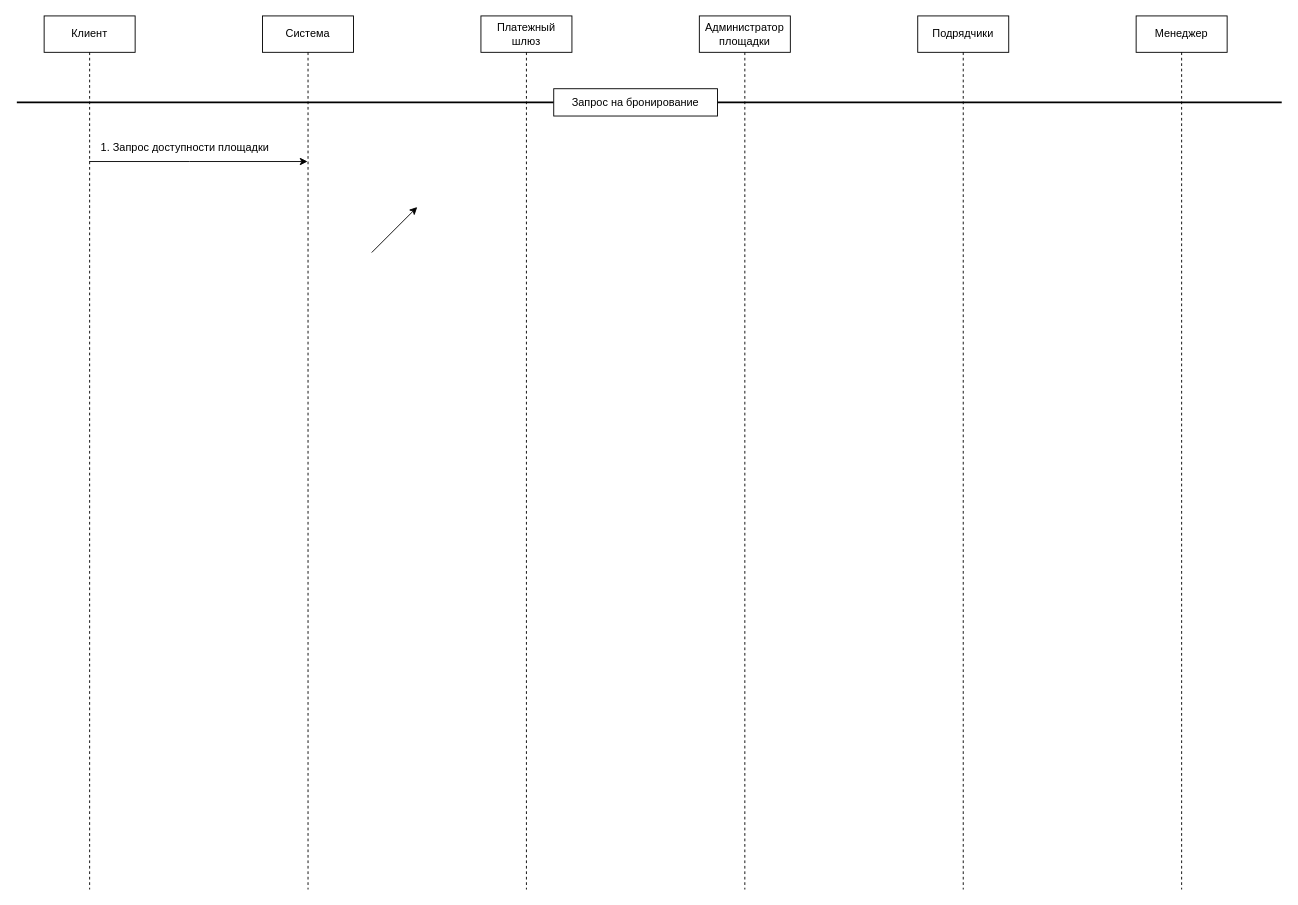
Earlier version of the draw.io diagram homework_module_12_2.drawio (DaRRiKs/homework_module_12_tasks). Source tidied: cells renumbered, new cells numbered last; positions are measured from the earlier drawing's top-left corner, leaving out a move shared by most shapes. Both pictures are drawn from the tidied source at 91%, with x=0, y=0 at pixel (16, 15).
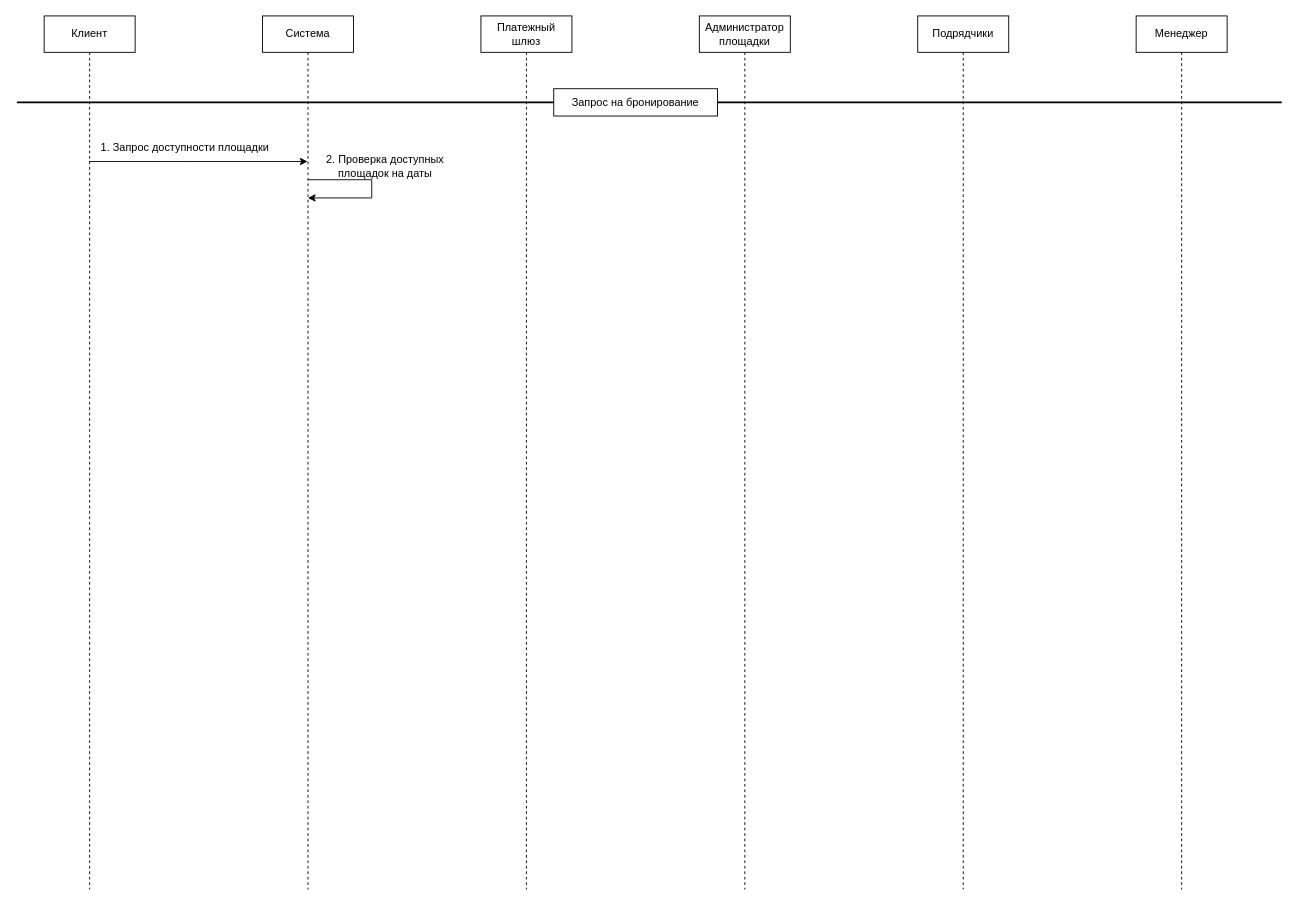
After the change.

Diff of the diagram source:
```diff
@@
 <mxGraphModel>
   <root>
     <mxCell id="0" />
     <mxCell id="1" parent="0" />
     <mxCell id="2" value="Клиент" style="shape=umlLifeline;perimeter=lifelinePerimeter;whiteSpace=wrap;html=1;outlineConnect=0;portConstraint=eastwest;newEdgeStyle={&quot;curved&quot;:0,&quot;rounded&quot;:0};" parent="1" vertex="1">
       <mxGeometry x="30" width="100" height="960" as="geometry" />
     </mxCell>
     <mxCell id="3" value="Система" style="shape=umlLifeline;perimeter=lifelinePerimeter;whiteSpace=wrap;html=1;outlineConnect=0;portConstraint=eastwest;newEdgeStyle={&quot;curved&quot;:0,&quot;rounded&quot;:0};" parent="1" vertex="1">
       <mxGeometry x="270" width="100" height="960" as="geometry" />
     </mxCell>
     <mxCell id="4" value="Платежный шлюз" style="shape=umlLifeline;perimeter=lifelinePerimeter;whiteSpace=wrap;html=1;newEdgeStyle={&quot;curved&quot;:0,&quot;rounded&quot;:0};" parent="1" vertex="1">
       <mxGeometry x="510" width="100" height="960" as="geometry" />
     </mxCell>
     <mxCell id="5" value="Администратор площадки" style="shape=umlLifeline;perimeter=lifelinePerimeter;whiteSpace=wrap;html=1;newEdgeStyle={&quot;curved&quot;:0,&quot;rounded&quot;:0};" parent="1" vertex="1">
       <mxGeometry x="750" width="100" height="960" as="geometry" />
     </mxCell>
     <mxCell id="6" value="Подрядчики" style="shape=umlLifeline;perimeter=lifelinePerimeter;whiteSpace=wrap;html=1;newEdgeStyle={&quot;curved&quot;:0,&quot;rounded&quot;:0};" parent="1" vertex="1">
       <mxGeometry x="990" width="100" height="960" as="geometry" />
     </mxCell>
     <mxCell id="7" value="Менеджер" style="shape=umlLifeline;perimeter=lifelinePerimeter;whiteSpace=wrap;html=1;newEdgeStyle={&quot;curved&quot;:0,&quot;rounded&quot;:0};" parent="1" vertex="1">
       <mxGeometry x="1230" width="100" height="960" as="geometry" />
     </mxCell>
     <mxCell id="8" style="line;strokeWidth=2;html=1;" parent="1" vertex="1">
       <mxGeometry y="90" width="590" height="10" as="geometry" />
     </mxCell>
     <mxCell id="9" style="line;strokeWidth=2;html=1;" parent="1" vertex="1">
       <mxGeometry x="770" y="90" width="620" height="10" as="geometry" />
     </mxCell>
     <mxCell id="10" value="Запрос на бронирование" style="rounded=0;whiteSpace=wrap;html=1;" parent="1" vertex="1">
       <mxGeometry x="590" y="80" width="180" height="30" as="geometry" />
     </mxCell>
     <mxCell id="11" style="endArrow=classic;html=1;rounded=0;" parent="1" edge="1" source="2" target="3">
       <mxGeometry relative="1" as="geometry">
         <Array as="points">
           <mxPoint x="190" y="160" />
         </Array>
       </mxGeometry>
     </mxCell>
     <mxCell id="12" value="1. Запрос доступности площадки" style="text;html=1;whiteSpace=wrap;strokeColor=none;fillColor=none;align=center;verticalAlign=middle;rounded=0;" parent="1" vertex="1">
       <mxGeometry x="80" y="130" width="210" height="30" as="geometry" />
     </mxCell>
     <mxCell id="13" style="endArrow=classic;html=1;rounded=0;" parent="1" edge="1">
       <mxGeometry relative="1" as="geometry">
-        <mxPoint x="390" y="260" as="sourcePoint" />
-        <mxPoint x="440" y="210" as="targetPoint" />
+        <mxPoint x="319.8" y="180" as="sourcePoint" />
+        <mxPoint x="319.8" y="200" as="targetPoint" />
+        <Array as="points">
+          <mxPoint x="390" y="180" />
+          <mxPoint x="390" y="200" />
+        </Array>
       </mxGeometry>
     </mxCell>
+    <mxCell id="14" value="2. Проверка доступных площадок на даты" style="text;html=1;whiteSpace=wrap;strokeColor=none;fillColor=none;align=center;verticalAlign=middle;rounded=0;" parent="1" vertex="1">
+      <mxGeometry x="320" y="150" width="170" height="30" as="geometry" />
+    </mxCell>
   </root>
 </mxGraphModel>
```
